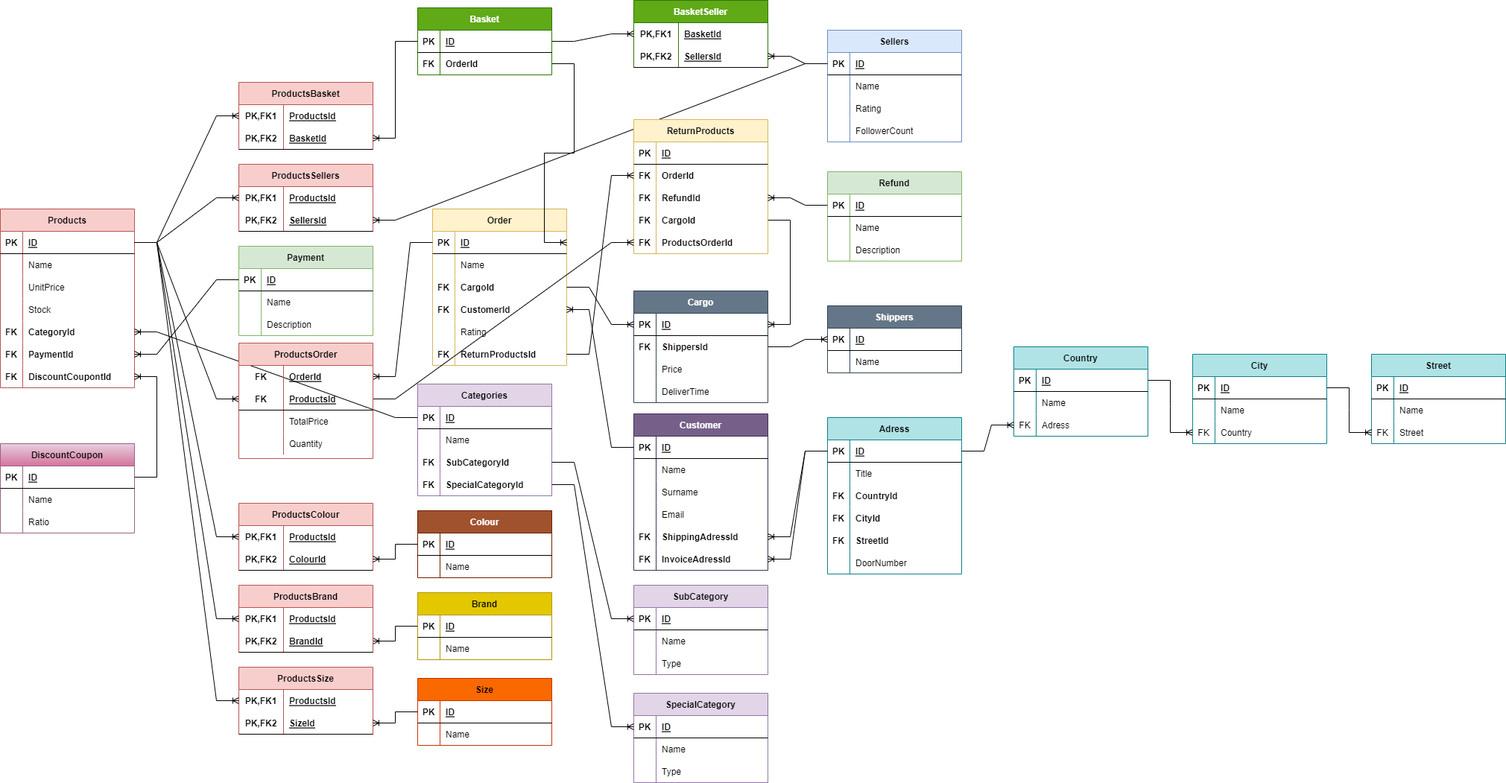
Earlier version of the draw.io export 24-11-2022_Pair9_HW.drawio.png (ZakirMK/Etiya-Akademi). Source tidied: cells renumbered, new cells last; positions are measured from the earlier drawing's top-left corner, leaving out a move shared by most shapes.
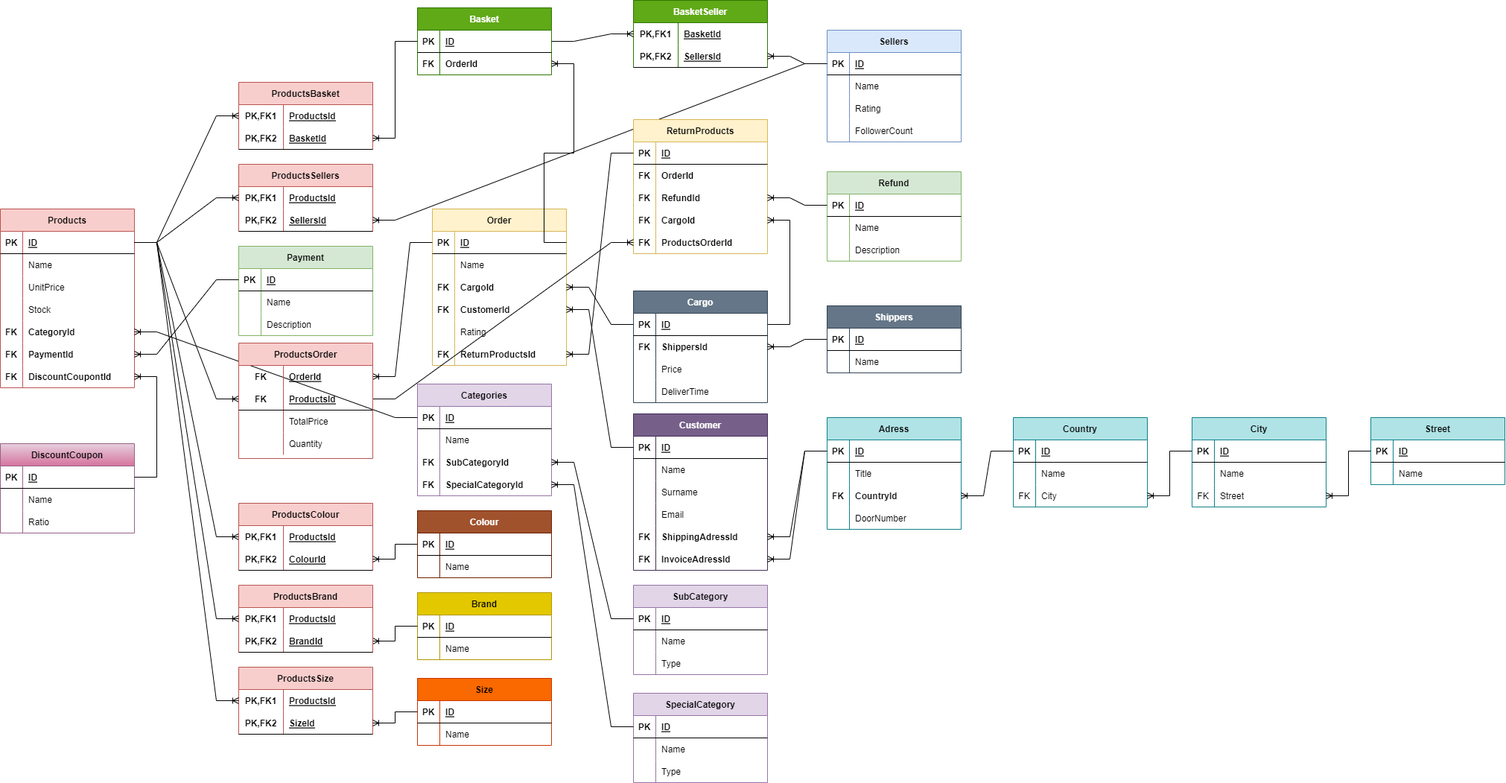
After the commit.

What changed in the source:
```diff
@@ -165,7 +165,7 @@
       <mxGeometry x="30" width="150" height="30" as="geometry" />
     </mxCell>
     <mxCell id="56" value="Adress" style="shape=table;startSize=30;rowLines=0;fontStyle=1;align=center;fillColor=#b0e3e6;strokeColor=#0e8088;" parent="1" vertex="1">
-      <mxGeometry x="1110" y="560" width="180" height="210" as="geometry" />
+      <mxGeometry x="1110" y="560" width="180" height="150" as="geometry" />
     </mxCell>
     <mxCell id="57" style="shape=tableRow;horizontal=0;startSize=0;swimlaneHead=0;swimlaneBody=0;fillColor=none;points=[[0,0.5],[1,0.5]];portConstraint=eastwest;top=0;left=0;right=0;bottom=1;" parent="56" vertex="1">
       <mxGeometry y="30" width="180" height="30" as="geometry" />
@@ -194,26 +194,8 @@
     <mxCell id="65" value="CountryId" style="shape=partialRectangle;fillColor=none;top=0;left=0;bottom=0;right=0;align=left;spacingLeft=6;overflow=hidden;fontStyle=1;" parent="63" vertex="1">
       <mxGeometry x="30" width="150" height="30" as="geometry" />
     </mxCell>
-    <mxCell id="66" style="shape=tableRow;horizontal=0;startSize=0;swimlaneHead=0;swimlaneBody=0;fillColor=none;top=0;left=0;right=0;bottom=0;" parent="56" vertex="1">
-      <mxGeometry y="120" width="180" height="30" as="geometry" />
-    </mxCell>
-    <mxCell id="67" value="FK" style="shape=partialRectangle;fillColor=none;top=0;left=0;bottom=0;right=0;overflow=hidden;fontStyle=1;" parent="66" vertex="1">
-      <mxGeometry width="30" height="30" as="geometry" />
-    </mxCell>
-    <mxCell id="68" value="CityId" style="shape=partialRectangle;fillColor=none;top=0;left=0;bottom=0;right=0;align=left;spacingLeft=6;overflow=hidden;fontStyle=1;" parent="66" vertex="1">
-      <mxGeometry x="30" width="150" height="30" as="geometry" />
-    </mxCell>
-    <mxCell id="69" style="shape=tableRow;horizontal=0;startSize=0;swimlaneHead=0;swimlaneBody=0;fillColor=none;top=0;left=0;right=0;bottom=0;" parent="56" vertex="1">
-      <mxGeometry y="150" width="180" height="30" as="geometry" />
-    </mxCell>
-    <mxCell id="70" value="FK" style="shape=partialRectangle;fillColor=none;top=0;left=0;bottom=0;right=0;overflow=hidden;fontStyle=1;" parent="69" vertex="1">
-      <mxGeometry width="30" height="30" as="geometry" />
-    </mxCell>
-    <mxCell id="71" value="StreetId" style="shape=partialRectangle;fillColor=none;top=0;left=0;bottom=0;right=0;align=left;spacingLeft=6;overflow=hidden;fontStyle=1;" parent="69" vertex="1">
-      <mxGeometry x="30" width="150" height="30" as="geometry" />
-    </mxCell>
     <mxCell id="72" style="shape=tableRow;horizontal=0;startSize=0;swimlaneHead=0;swimlaneBody=0;fillColor=none;top=0;left=0;right=0;bottom=0;" parent="56" vertex="1">
-      <mxGeometry y="180" width="180" height="30" as="geometry" />
+      <mxGeometry y="120" width="180" height="30" as="geometry" />
     </mxCell>
     <mxCell id="73" style="shape=partialRectangle;fillColor=none;top=0;left=0;bottom=0;right=0;overflow=hidden;fontStyle=1;" parent="72" vertex="1">
       <mxGeometry width="30" height="30" as="geometry" />
@@ -518,9 +500,6 @@
     <mxCell id="173" style="edgeStyle=entityRelationEdgeStyle;fontSize=12;html=1;endArrow=ERoneToMany;rounded=0;entryX=0;entryY=0.5;entryDx=0;entryDy=0;" parent="1" edge="1" source="3" target="167">
       <mxGeometry relative="1" as="geometry" />
     </mxCell>
-    <mxCell id="174" style="edgeStyle=entityRelationEdgeStyle;fontSize=12;html=1;endArrow=ERoneToMany;rounded=0;exitX=1;exitY=0.5;exitDx=0;exitDy=0;entryX=0;entryY=0.5;entryDx=0;entryDy=0;" parent="1" edge="1" source="105" target="146">
-      <mxGeometry relative="1" as="geometry" />
-    </mxCell>
     <mxCell id="175" value="Size" style="shape=table;startSize=30;rowLines=0;fontStyle=1;align=center;fillColor=#fa6800;fontColor=#000000;strokeColor=#C73500;" parent="1" vertex="1">
       <mxGeometry x="560" y="910" width="180" height="90" as="geometry" />
     </mxCell>
@@ -620,7 +599,7 @@
     <mxCell id="207" style="edgeStyle=entityRelationEdgeStyle;fontSize=12;html=1;endArrow=ERoneToMany;rounded=0;exitX=0;exitY=0.5;exitDx=0;exitDy=0;entryX=1;entryY=0.5;entryDx=0;entryDy=0;" parent="1" edge="1" source="193" target="203">
       <mxGeometry relative="1" as="geometry" />
     </mxCell>
-    <mxCell id="208" style="edgeStyle=entityRelationEdgeStyle;fontSize=12;html=1;endArrow=ERoneToMany;rounded=0;exitX=1;exitY=0.5;exitDx=0;exitDy=0;entryX=1;entryY=0.5;entryDx=0;entryDy=0;" parent="1" edge="1" source="196" target="99">
+    <mxCell id="208" style="edgeStyle=entityRelationEdgeStyle;fontSize=12;html=1;endArrow=ERoneToMany;rounded=0;exitX=1;exitY=0.5;exitDx=0;exitDy=0;entryX=1;entryY=0.5;entryDx=0;entryDy=0;" parent="1" edge="1" source="99" target="196">
       <mxGeometry relative="1" as="geometry" />
     </mxCell>
     <mxCell id="209" value="BasketSeller" style="shape=table;startSize=30;rowLines=0;fontStyle=1;align=center;fillColor=#60a917;fontColor=#ffffff;strokeColor=#2D7600;" parent="1" vertex="1">
@@ -674,11 +653,8 @@
     <mxCell id="225" value="Name" style="shape=partialRectangle;fillColor=none;top=0;left=0;bottom=0;right=0;align=left;spacingLeft=6;overflow=hidden;" parent="223" vertex="1">
       <mxGeometry x="30" width="150" height="30" as="geometry" />
     </mxCell>
-    <mxCell id="226" style="edgeStyle=entityRelationEdgeStyle;fontSize=12;html=1;endArrow=ERoneToMany;rounded=0;entryX=0;entryY=0.5;entryDx=0;entryDy=0;exitX=1;exitY=0.5;exitDx=0;exitDy=0;" parent="1" edge="1" source="149" target="220">
-      <mxGeometry relative="1" as="geometry" />
-    </mxCell>
     <mxCell id="227" value="Country" style="shape=table;startSize=30;rowLines=0;fontStyle=1;align=center;fillColor=#b0e3e6;strokeColor=#0e8088;" parent="1" vertex="1">
-      <mxGeometry x="1360" y="465" width="180" height="120" as="geometry" />
+      <mxGeometry x="1360" y="560" width="180" height="120" as="geometry" />
     </mxCell>
     <mxCell id="228" style="shape=tableRow;horizontal=0;startSize=0;swimlaneHead=0;swimlaneBody=0;fillColor=none;points=[[0,0.5],[1,0.5]];portConstraint=eastwest;top=0;left=0;right=0;bottom=1;" parent="227" vertex="1">
       <mxGeometry y="30" width="180" height="30" as="geometry" />
@@ -704,12 +680,9 @@
     <mxCell id="235" value="FK" style="shape=partialRectangle;fillColor=none;top=0;left=0;bottom=0;right=0;overflow=hidden;" parent="234" vertex="1">
       <mxGeometry width="30" height="30" as="geometry" />
     </mxCell>
-    <mxCell id="236" value="Adress" style="shape=partialRectangle;fillColor=none;top=0;left=0;bottom=0;right=0;align=left;spacingLeft=6;overflow=hidden;" parent="234" vertex="1">
+    <mxCell id="236" value="City" style="shape=partialRectangle;fillColor=none;top=0;left=0;bottom=0;right=0;align=left;spacingLeft=6;overflow=hidden;" parent="234" vertex="1">
       <mxGeometry x="30" width="150" height="30" as="geometry" />
     </mxCell>
-    <mxCell id="237" style="edgeStyle=entityRelationEdgeStyle;fontSize=12;html=1;endArrow=ERoneToMany;rounded=0;entryX=0;entryY=0.5;entryDx=0;entryDy=0;exitX=1;exitY=0.5;exitDx=0;exitDy=0;" parent="1" edge="1" source="228" target="324">
-      <mxGeometry relative="1" as="geometry" />
-    </mxCell>
     <mxCell id="238" style="edgeStyle=entityRelationEdgeStyle;fontSize=12;html=1;endArrow=ERoneToMany;rounded=0;exitX=0;exitY=0.5;exitDx=0;exitDy=0;" parent="1" edge="1" source="57" target="50">
       <mxGeometry relative="1" as="geometry" />
     </mxCell>
@@ -746,7 +719,7 @@
     <mxCell id="249" value="Type" style="shape=partialRectangle;fillColor=none;top=0;left=0;bottom=0;right=0;align=left;spacingLeft=6;overflow=hidden;" parent="247" vertex="1">
       <mxGeometry x="30" width="150" height="30" as="geometry" />
     </mxCell>
-    <mxCell id="250" style="edgeStyle=entityRelationEdgeStyle;fontSize=12;html=1;endArrow=ERoneToMany;rounded=0;exitX=1;exitY=0.5;exitDx=0;exitDy=0;" parent="1" edge="1" source="31" target="241">
+    <mxCell id="250" style="edgeStyle=entityRelationEdgeStyle;fontSize=12;html=1;endArrow=ERoneToMany;rounded=0;exitX=0;exitY=0.5;exitDx=0;exitDy=0;entryX=1;entryY=0.5;entryDx=0;entryDy=0;" parent="1" edge="1" source="241" target="31">
       <mxGeometry relative="1" as="geometry" />
     </mxCell>
     <mxCell id="251" value="DiscountCoupon" style="shape=table;startSize=30;rowLines=0;fontStyle=1;align=center;fillColor=#e6d0de;strokeColor=#996185;gradientColor=#d5739d;" parent="1" vertex="1">
@@ -809,7 +782,7 @@
     <mxCell id="270" value="Type" style="shape=partialRectangle;fillColor=none;top=0;left=0;bottom=0;right=0;align=left;spacingLeft=6;overflow=hidden;" parent="268" vertex="1">
       <mxGeometry x="30" width="150" height="30" as="geometry" />
     </mxCell>
-    <mxCell id="271" style="edgeStyle=entityRelationEdgeStyle;fontSize=12;html=1;endArrow=ERoneToMany;rounded=0;exitX=1;exitY=0.5;exitDx=0;exitDy=0;entryX=0;entryY=0.5;entryDx=0;entryDy=0;" parent="1" edge="1" source="34" target="262">
+    <mxCell id="271" style="edgeStyle=entityRelationEdgeStyle;fontSize=12;html=1;endArrow=ERoneToMany;rounded=0;exitX=0;exitY=0.5;exitDx=0;exitDy=0;entryX=1;entryY=0.5;entryDx=0;entryDy=0;" parent="1" edge="1" source="262" target="34">
       <mxGeometry relative="1" as="geometry" />
     </mxCell>
     <mxCell id="272" value="ReturnProducts" style="shape=table;startSize=30;rowLines=0;fontStyle=1;align=center;fillColor=#fff2cc;strokeColor=#d6b656;" parent="1" vertex="1">
@@ -860,10 +833,7 @@
     <mxCell id="287" value="ProductsOrderId" style="shape=partialRectangle;fillColor=none;top=0;left=0;bottom=0;right=0;align=left;spacingLeft=6;overflow=hidden;fontStyle=1;" parent="285" vertex="1">
       <mxGeometry x="30" width="150" height="30" as="geometry" />
     </mxCell>
-    <mxCell id="288" style="edgeStyle=entityRelationEdgeStyle;fontSize=12;html=1;endArrow=ERoneToMany;rounded=0;entryX=1;entryY=0.5;entryDx=0;entryDy=0;exitX=1;exitY=0.5;exitDx=0;exitDy=0;" parent="1" edge="1" source="282" target="146">
-      <mxGeometry relative="1" as="geometry" />
-    </mxCell>
-    <mxCell id="289" style="edgeStyle=entityRelationEdgeStyle;fontSize=12;html=1;endArrow=ERoneToMany;rounded=0;exitX=1;exitY=0.5;exitDx=0;exitDy=0;entryX=0;entryY=0.5;entryDx=0;entryDy=0;" parent="1" edge="1" source="114" target="276">
+    <mxCell id="289" style="edgeStyle=entityRelationEdgeStyle;fontSize=12;html=1;endArrow=ERoneToMany;rounded=0;exitX=0;exitY=0.5;exitDx=0;exitDy=0;entryX=1;entryY=0.5;entryDx=0;entryDy=0;" parent="1" edge="1" source="273" target="114">
       <mxGeometry relative="1" as="geometry" />
     </mxCell>
     <mxCell id="290" style="edgeStyle=entityRelationEdgeStyle;fontSize=12;html=1;endArrow=ERoneToMany;rounded=0;exitX=1;exitY=0.5;exitDx=0;exitDy=0;" parent="1" edge="1" source="295">
@@ -946,11 +916,8 @@
     <mxCell id="315" style="edgeStyle=entityRelationEdgeStyle;fontSize=12;html=1;endArrow=ERoneToMany;rounded=0;exitX=1;exitY=0.5;exitDx=0;exitDy=0;entryX=1;entryY=0.5;entryDx=0;entryDy=0;" parent="1" edge="1" source="252" target="21">
       <mxGeometry relative="1" as="geometry" />
     </mxCell>
-    <mxCell id="316" style="edgeStyle=entityRelationEdgeStyle;fontSize=12;html=1;endArrow=ERoneToMany;rounded=0;entryX=0;entryY=0.5;entryDx=0;entryDy=0;exitX=1;exitY=0.5;exitDx=0;exitDy=0;" parent="1" edge="1" source="57" target="234">
-      <mxGeometry relative="1" as="geometry" />
-    </mxCell>
     <mxCell id="317" value="City" style="shape=table;startSize=30;rowLines=0;fontStyle=1;align=center;fillColor=#b0e3e6;strokeColor=#0e8088;" parent="1" vertex="1">
-      <mxGeometry x="1600" y="475" width="180" height="120" as="geometry" />
+      <mxGeometry x="1600" y="560" width="180" height="120" as="geometry" />
     </mxCell>
     <mxCell id="318" style="shape=tableRow;horizontal=0;startSize=0;swimlaneHead=0;swimlaneBody=0;fillColor=none;points=[[0,0.5],[1,0.5]];portConstraint=eastwest;top=0;left=0;right=0;bottom=1;" parent="317" vertex="1">
       <mxGeometry y="30" width="180" height="30" as="geometry" />
@@ -976,11 +943,11 @@
     <mxCell id="325" value="FK" style="shape=partialRectangle;fillColor=none;top=0;left=0;bottom=0;right=0;overflow=hidden;" parent="324" vertex="1">
       <mxGeometry width="30" height="30" as="geometry" />
     </mxCell>
-    <mxCell id="326" value="Country" style="shape=partialRectangle;fillColor=none;top=0;left=0;bottom=0;right=0;align=left;spacingLeft=6;overflow=hidden;" parent="324" vertex="1">
+    <mxCell id="326" value="Street" style="shape=partialRectangle;fillColor=none;top=0;left=0;bottom=0;right=0;align=left;spacingLeft=6;overflow=hidden;" parent="324" vertex="1">
       <mxGeometry x="30" width="150" height="30" as="geometry" />
     </mxCell>
     <mxCell id="327" value="Street" style="shape=table;startSize=30;rowLines=0;fontStyle=1;align=center;fillColor=#b0e3e6;strokeColor=#0e8088;" parent="1" vertex="1">
-      <mxGeometry x="1840" y="475" width="180" height="120" as="geometry" />
+      <mxGeometry x="1840" y="560" width="180" height="90" as="geometry" />
     </mxCell>
     <mxCell id="328" style="shape=tableRow;horizontal=0;startSize=0;swimlaneHead=0;swimlaneBody=0;fillColor=none;points=[[0,0.5],[1,0.5]];portConstraint=eastwest;top=0;left=0;right=0;bottom=1;" parent="327" vertex="1">
       <mxGeometry y="30" width="180" height="30" as="geometry" />
@@ -1000,17 +967,23 @@
     <mxCell id="333" value="Name" style="shape=partialRectangle;fillColor=none;top=0;left=0;bottom=0;right=0;align=left;spacingLeft=6;overflow=hidden;" parent="331" vertex="1">
       <mxGeometry x="30" width="150" height="30" as="geometry" />
     </mxCell>
-    <mxCell id="334" style="shape=tableRow;horizontal=0;startSize=0;swimlaneHead=0;swimlaneBody=0;fillColor=none;points=[[0,0.5],[1,0.5]];portConstraint=eastwest;top=0;left=0;right=0;bottom=0;" parent="327" vertex="1">
-      <mxGeometry y="90" width="180" height="30" as="geometry" />
-    </mxCell>
-    <mxCell id="335" value="FK" style="shape=partialRectangle;fillColor=none;top=0;left=0;bottom=0;right=0;overflow=hidden;" parent="334" vertex="1">
-      <mxGeometry width="30" height="30" as="geometry" />
-    </mxCell>
-    <mxCell id="336" value="Street" style="shape=partialRectangle;fillColor=none;top=0;left=0;bottom=0;right=0;align=left;spacingLeft=6;overflow=hidden;" parent="334" vertex="1">
-      <mxGeometry x="30" width="150" height="30" as="geometry" />
-    </mxCell>
+    <mxCell id="316" style="edgeStyle=entityRelationEdgeStyle;fontSize=12;html=1;endArrow=ERoneToMany;rounded=0;entryX=1;entryY=0.5;entryDx=0;entryDy=0;exitX=0;exitY=0.5;exitDx=0;exitDy=0;" parent="1" edge="1" source="228" target="63">
+      <mxGeometry relative="1" as="geometry" />
+    </mxCell>
+    <mxCell id="237" style="edgeStyle=entityRelationEdgeStyle;fontSize=12;html=1;endArrow=ERoneToMany;rounded=0;entryX=1;entryY=0.5;entryDx=0;entryDy=0;exitX=0;exitY=0.5;exitDx=0;exitDy=0;" parent="1" edge="1" source="318" target="234">
+      <mxGeometry relative="1" as="geometry" />
+    </mxCell>
-    <mxCell id="337" style="edgeStyle=entityRelationEdgeStyle;fontSize=12;html=1;endArrow=ERoneToMany;rounded=0;entryX=0;entryY=0.5;entryDx=0;entryDy=0;exitX=1;exitY=0.5;exitDx=0;exitDy=0;" parent="1" edge="1" source="318" target="334">
+    <mxCell id="337" style="edgeStyle=entityRelationEdgeStyle;fontSize=12;html=1;endArrow=ERoneToMany;rounded=0;entryX=1;entryY=0.5;entryDx=0;entryDy=0;exitX=0;exitY=0.5;exitDx=0;exitDy=0;" parent="1" edge="1" source="328" target="324">
       <mxGeometry relative="1" as="geometry" />
     </mxCell>
+    <mxCell id="226" style="edgeStyle=entityRelationEdgeStyle;fontSize=12;html=1;endArrow=ERoneToMany;rounded=0;entryX=1;entryY=0.5;entryDx=0;entryDy=0;exitX=0;exitY=0.5;exitDx=0;exitDy=0;" parent="1" edge="1" source="220" target="149">
+      <mxGeometry relative="1" as="geometry" />
+    </mxCell>
+    <mxCell id="288" style="edgeStyle=entityRelationEdgeStyle;fontSize=12;html=1;endArrow=ERoneToMany;rounded=0;exitX=1;exitY=0.5;exitDx=0;exitDy=0;entryX=1;entryY=0.5;entryDx=0;entryDy=0;" parent="1" edge="1" source="146" target="282">
+      <mxGeometry relative="1" as="geometry" />
+    </mxCell>
+    <mxCell id="338" style="edgeStyle=entityRelationEdgeStyle;fontSize=12;html=1;endArrow=ERoneToMany;rounded=0;entryX=1;entryY=0.5;entryDx=0;entryDy=0;exitX=0;exitY=0.5;exitDx=0;exitDy=0;" parent="1" edge="1" source="146" target="105">
+      <mxGeometry relative="1" as="geometry" />
+    </mxCell>
   </root>
 </mxGraphModel>
```
